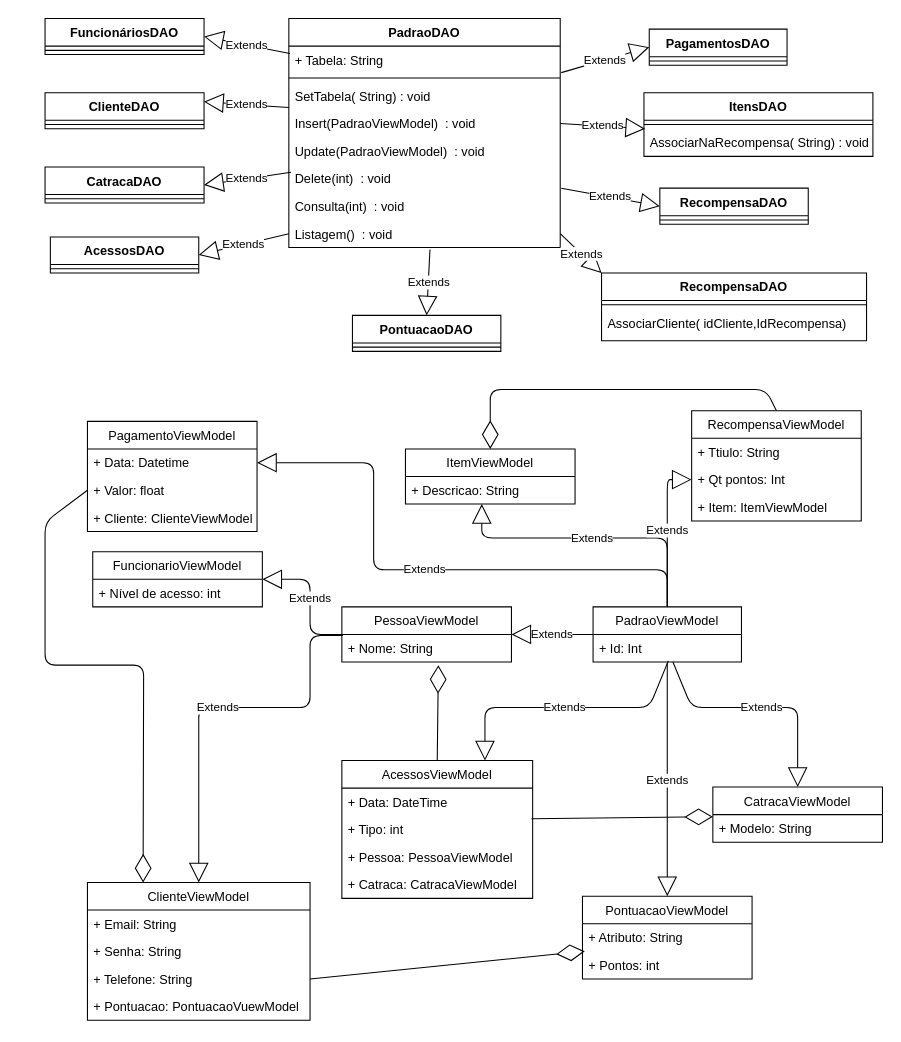
This is page "Page-1" (1 of 2) of uml/Diagrama_UML.drawio from Yago-Caetano/FitControl, a draw.io file, before an edit. Source tidied: cells renumbered, new cells numbered last; positions are measured from the earlier drawing's top-left corner, leaving out a move shared by most shapes. Both pictures are drawn from the tidied source at 106%, with x=0, y=0 at pixel (45, 18).
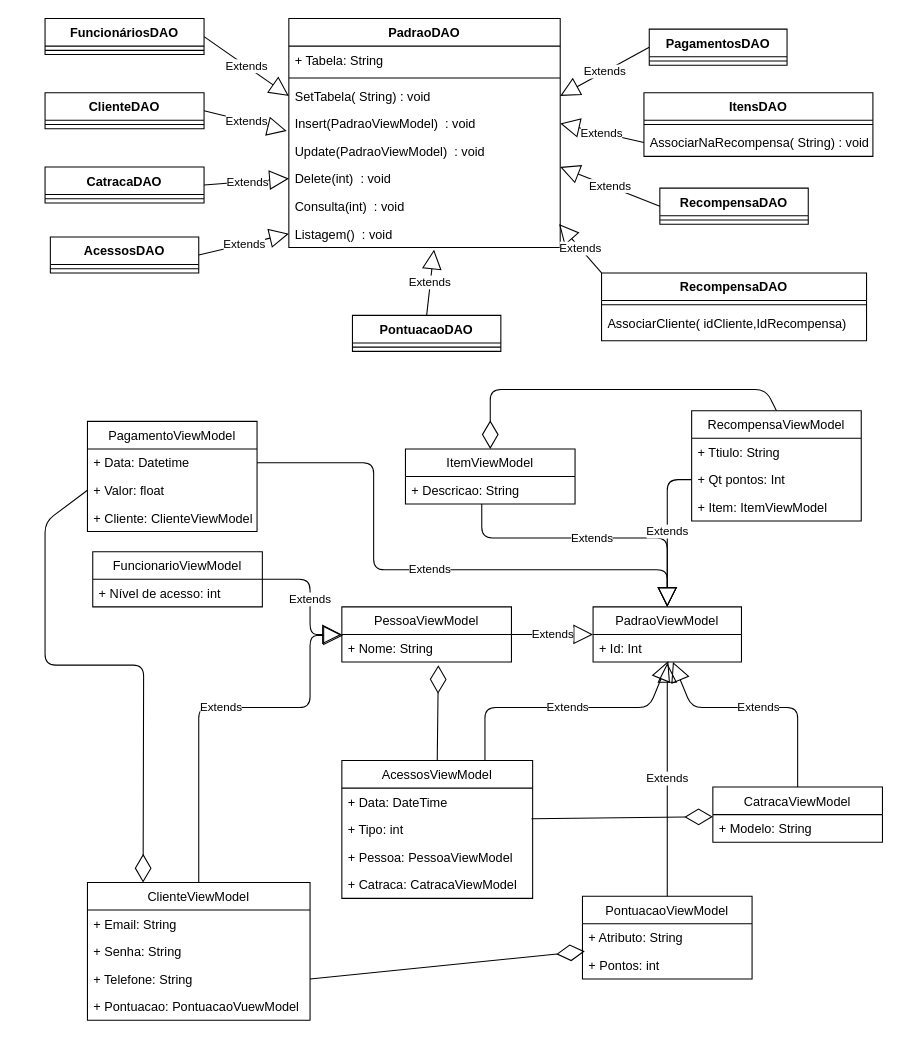
After the change.

The change refers to these unchanged cells:
```xml
<mxCell id="2" value="FuncionáriosDAO" style="swimlane;fontStyle=1;align=center;verticalAlign=top;horizontal=1;startSize=26;" parent="1" vertex="1">
<mxCell id="5" value="+ Tabela: String&#10;" style="text;strokeColor=none;fillColor=none;align=left;verticalAlign=top;spacingLeft=4;spacingRight=4;overflow=hidden;points=[[0,0.5],[1,0.5]];portConstraint=eastwest;" parent="4" vertex="1">
<mxCell id="7" value="SetTabela( String) : void &#10;" style="text;strokeColor=none;fillColor=none;align=left;verticalAlign=top;spacingLeft=4;spacingRight=4;overflow=hidden;points=[[0,0.5],[1,0.5]];portConstraint=eastwest;" parent="4" vertex="1">
<mxCell id="8" value="Insert(PadraoViewModel)  : void&#10;" style="text;strokeColor=none;fillColor=none;align=left;verticalAlign=top;spacingLeft=4;spacingRight=4;overflow=hidden;points=[[0,0.5],[1,0.5]];portConstraint=eastwest;" parent="4" vertex="1">
<mxCell id="10" value="Delete(int)  : void&#10;" style="text;strokeColor=none;fillColor=none;align=left;verticalAlign=top;spacingLeft=4;spacingRight=4;overflow=hidden;points=[[0,0.5],[1,0.5]];portConstraint=eastwest;" parent="4" vertex="1">
<mxCell id="12" value="Listagem()  : void&#10;" style="text;strokeColor=none;fillColor=none;align=left;verticalAlign=top;spacingLeft=4;spacingRight=4;overflow=hidden;points=[[0,0.5],[1,0.5]];portConstraint=eastwest;" parent="4" vertex="1">
<mxCell id="14" value="ClienteDAO" style="swimlane;fontStyle=1;align=center;verticalAlign=top;horizontal=1;startSize=26;" parent="1" vertex="1">
<mxCell id="16" value="CatracaDAO" style="swimlane;fontStyle=1;align=center;verticalAlign=top;horizontal=1;startSize=26;" parent="1" vertex="1">
<mxCell id="18" value="AcessosDAO" style="swimlane;fontStyle=1;align=center;verticalAlign=top;horizontal=1;startSize=26;" parent="1" vertex="1">
<mxCell id="20" value="PagamentosDAO" style="swimlane;fontStyle=1;align=center;verticalAlign=top;horizontal=1;startSize=26;" parent="1" vertex="1">
<mxCell id="22" value="RecompensaDAO" style="swimlane;fontStyle=1;align=center;verticalAlign=top;horizontal=1;startSize=26;" parent="1" vertex="1">
<mxCell id="29" value="PadraoViewModel" style="swimlane;fontStyle=0;horizontal=1;startSize=26;fillColor=none;" parent="1" vertex="1">
<mxCell id="30" value="+ Id: Int" style="text;strokeColor=none;fillColor=none;align=left;verticalAlign=top;spacingLeft=4;spacingRight=4;overflow=hidden;points=[[0,0.5],[1,0.5]];portConstraint=eastwest;" parent="29" vertex="1">
<mxCell id="31" value="FuncionarioViewModel" style="swimlane;fontStyle=0;horizontal=1;startSize=26;fillColor=none;" parent="1" vertex="1">
<mxCell id="33" value="ClienteViewModel" style="swimlane;fontStyle=0;horizontal=1;startSize=26;fillColor=none;" parent="1" vertex="1">
<mxCell id="38" value="CatracaViewModel" style="swimlane;fontStyle=0;horizontal=1;startSize=26;fillColor=none;" parent="1" vertex="1">
<mxCell id="40" value="AcessosViewModel" style="swimlane;fontStyle=0;horizontal=1;startSize=26;fillColor=none;" parent="1" vertex="1">
<mxCell id="45" value="PessoaViewModel" style="swimlane;fontStyle=0;horizontal=1;startSize=26;fillColor=none;" parent="1" vertex="1">
<mxCell id="46" value="+ Nome: String" style="text;strokeColor=none;fillColor=none;align=left;verticalAlign=top;spacingLeft=4;spacingRight=4;overflow=hidden;points=[[0,0.5],[1,0.5]];portConstraint=eastwest;" parent="45" vertex="1">
<mxCell id="47" value="PontuacaoDAO" style="swimlane;fontStyle=1;align=center;verticalAlign=top;horizontal=1;startSize=26;" parent="1" vertex="1">
<mxCell id="50" value="PontuacaoViewModel" style="swimlane;fontStyle=0;horizontal=1;startSize=26;fillColor=none;" parent="1" vertex="1">
<mxCell id="63" value="+ Data: Datetime" style="text;strokeColor=none;fillColor=none;align=left;verticalAlign=top;spacingLeft=4;spacingRight=4;overflow=hidden;points=[[0,0.5],[1,0.5]];portConstraint=eastwest;" parent="62" vertex="1">
<mxCell id="70" value="AssociarNaRecompensa( String) : void &#10;" style="text;strokeColor=none;fillColor=none;align=left;verticalAlign=top;spacingLeft=4;spacingRight=4;overflow=hidden;points=[[0,0.5],[1,0.5]];portConstraint=eastwest;" parent="68" vertex="1">
<mxCell id="72" value="RecompensaDAO" style="swimlane;fontStyle=1;align=center;verticalAlign=top;horizontal=1;startSize=26;" parent="1" vertex="1">
<mxCell id="76" value="ItemViewModel" style="swimlane;fontStyle=0;horizontal=1;startSize=26;fillColor=none;" parent="1" vertex="1">
<mxCell id="77" value="+ Descricao: String" style="text;strokeColor=none;fillColor=none;align=left;verticalAlign=top;spacingLeft=4;spacingRight=4;overflow=hidden;points=[[0,0.5],[1,0.5]];portConstraint=eastwest;" parent="76" vertex="1">
<mxCell id="79" value="RecompensaViewModel" style="swimlane;fontStyle=0;horizontal=1;startSize=26;fillColor=none;" parent="1" vertex="1">
<mxCell id="81" value="+ Qt pontos: Int" style="text;strokeColor=none;fillColor=none;align=left;verticalAlign=top;spacingLeft=4;spacingRight=4;overflow=hidden;points=[[0,0.5],[1,0.5]];portConstraint=eastwest;" parent="79" vertex="1">
```

The edit, as a diff of the source:
```diff
@@
-    <mxCell id="13" value="Extends" style="endArrow=block;endSize=16;endFill=0;html=1;entryX=1;entryY=0.5;entryDx=0;entryDy=0;exitX=0.004;exitY=0.269;exitDx=0;exitDy=0;exitPerimeter=0;" parent="1" edge="1" source="5" target="2">
+    <mxCell id="13" value="Extends" style="endArrow=block;endSize=16;endFill=0;html=1;entryX=0;entryY=0.5;entryDx=0;entryDy=0;exitX=1;exitY=0.5;exitDx=0;exitDy=0;" parent="1" edge="1" source="2" target="7">
       <mxGeometry x="0.01" relative="1" as="geometry" />
     </mxCell>
@@
-    <mxCell id="24" value="Extends" style="endArrow=block;endSize=16;endFill=0;html=1;entryX=1;entryY=0.25;entryDx=0;entryDy=0;exitX=0;exitY=0.923;exitDx=0;exitDy=0;exitPerimeter=0;" parent="1" edge="1" source="7" target="14">
+    <mxCell id="24" value="Extends" style="endArrow=block;endSize=16;endFill=0;html=1;entryX=-0.008;entryY=0.769;entryDx=0;entryDy=0;entryPerimeter=0;exitX=1;exitY=0.5;exitDx=0;exitDy=0;" parent="1" edge="1" source="14" target="8">
       <mxGeometry x="0.01" relative="1" as="geometry" />
     </mxCell>
-    <mxCell id="25" value="Extends" style="endArrow=block;endSize=16;endFill=0;html=1;entryX=1;entryY=0.5;entryDx=0;entryDy=0;exitX=0.008;exitY=0.269;exitDx=0;exitDy=0;exitPerimeter=0;" parent="1" edge="1" source="10" target="16">
+    <mxCell id="25" value="Extends" style="endArrow=block;endSize=16;endFill=0;html=1;exitX=1;exitY=0.5;exitDx=0;exitDy=0;entryX=0;entryY=0.5;entryDx=0;entryDy=0;" parent="1" edge="1" source="16" target="10">
       <mxGeometry x="0.01" relative="1" as="geometry" />
     </mxCell>
-    <mxCell id="26" value="Extends" style="endArrow=block;endSize=16;endFill=0;html=1;entryX=1;entryY=0.5;entryDx=0;entryDy=0;exitX=0;exitY=0.5;exitDx=0;exitDy=0;" parent="1" edge="1" source="12" target="18">
+    <mxCell id="26" value="Extends" style="endArrow=block;endSize=16;endFill=0;html=1;exitX=1;exitY=0.5;exitDx=0;exitDy=0;entryX=0;entryY=0.5;entryDx=0;entryDy=0;" parent="1" edge="1" source="18" target="12">
       <mxGeometry x="0.01" relative="1" as="geometry" />
     </mxCell>
-    <mxCell id="27" value="Extends" style="endArrow=block;endSize=16;endFill=0;html=1;exitX=1.004;exitY=0.962;exitDx=0;exitDy=0;exitPerimeter=0;entryX=0;entryY=0.5;entryDx=0;entryDy=0;" parent="1" edge="1" source="5" target="20">
+    <mxCell id="27" value="Extends" style="endArrow=block;endSize=16;endFill=0;html=1;entryX=1;entryY=0.5;entryDx=0;entryDy=0;exitX=0;exitY=0.5;exitDx=0;exitDy=0;" parent="1" edge="1" source="20" target="7">
       <mxGeometry relative="1" as="geometry" />
     </mxCell>
-    <mxCell id="28" value="Extends" style="endArrow=block;endSize=16;endFill=0;html=1;exitX=1.004;exitY=0.846;exitDx=0;exitDy=0;exitPerimeter=0;entryX=0;entryY=0.5;entryDx=0;entryDy=0;" parent="1" edge="1" source="10" target="22">
+    <mxCell id="28" value="Extends" style="endArrow=block;endSize=16;endFill=0;html=1;entryX=1;entryY=0.077;entryDx=0;entryDy=0;entryPerimeter=0;exitX=0;exitY=0.5;exitDx=0;exitDy=0;" parent="1" edge="1" source="22" target="10">
       <mxGeometry relative="1" as="geometry" />
     </mxCell>
@@
-    <mxCell id="49" value="Extends" style="endArrow=block;endSize=16;endFill=0;html=1;exitX=0.52;exitY=1.077;exitDx=0;exitDy=0;entryX=0.5;entryY=0;entryDx=0;entryDy=0;exitPerimeter=0;" parent="1" edge="1" source="12" target="47">
+    <mxCell id="49" value="Extends" style="endArrow=block;endSize=16;endFill=0;html=1;exitX=0.5;exitY=0;exitDx=0;exitDy=0;entryX=0.535;entryY=1.077;entryDx=0;entryDy=0;entryPerimeter=0;" parent="1" edge="1" source="47" target="12">
       <mxGeometry relative="1" as="geometry" />
     </mxCell>
@@
-    <mxCell id="53" value="Extends" style="endArrow=block;endSize=16;endFill=0;html=1;entryX=1;entryY=0.5;entryDx=0;entryDy=0;" parent="1" edge="1" target="45">
+    <mxCell id="53" value="Extends" style="endArrow=block;endSize=16;endFill=0;html=1;entryX=1;entryY=0.5;entryDx=0;entryDy=0;exitX=1;exitY=0.5;exitDx=0;exitDy=0;" parent="1" edge="1" source="45">
       <mxGeometry x="0.01" relative="1" as="geometry">
-        <mxPoint x="517" y="581" as="sourcePoint" />
+        <mxPoint x="517" y="581" as="targetPoint" />
       </mxGeometry>
     </mxCell>
-    <mxCell id="54" value="Extends" style="endArrow=block;endSize=16;endFill=0;html=1;entryX=1;entryY=0.5;entryDx=0;entryDy=0;" parent="1" edge="1" target="31">
+    <mxCell id="54" value="Extends" style="endArrow=block;endSize=16;endFill=0;html=1;entryX=1;entryY=0.5;entryDx=0;entryDy=0;exitX=1;exitY=0.5;exitDx=0;exitDy=0;" parent="1" edge="1" source="31">
       <mxGeometry x="0.01" relative="1" as="geometry">
-        <mxPoint x="280" y="581" as="sourcePoint" />
+        <mxPoint x="280" y="581" as="targetPoint" />
         <Array as="points">
+          <mxPoint x="250" y="529" />
           <mxPoint x="250" y="581" />
-          <mxPoint x="250" y="529" />
         </Array>
       </mxGeometry>
     </mxCell>
-    <mxCell id="55" value="Extends" style="endArrow=block;endSize=16;endFill=0;html=1;entryX=0.5;entryY=0;entryDx=0;entryDy=0;exitX=0.006;exitY=0.038;exitDx=0;exitDy=0;exitPerimeter=0;" parent="1" edge="1" source="46" target="33">
+    <mxCell id="55" value="Extends" style="endArrow=block;endSize=16;endFill=0;html=1;entryX=0.006;entryY=0.038;entryDx=0;entryDy=0;exitX=0.5;exitY=0;exitDx=0;exitDy=0;entryPerimeter=0;" parent="1" edge="1" source="33" target="46">
       <mxGeometry x="0.01" relative="1" as="geometry">
         <Array as="points">
+          <mxPoint x="145" y="650" />
+          <mxPoint x="250" y="650" />
           <mxPoint x="250" y="582" />
-          <mxPoint x="250" y="650" />
-          <mxPoint x="145" y="650" />
         </Array>
       </mxGeometry>
     </mxCell>
-    <mxCell id="56" value="Extends" style="endArrow=block;endSize=16;endFill=0;html=1;entryX=0.5;entryY=0;entryDx=0;entryDy=0;exitX=0.5;exitY=1.038;exitDx=0;exitDy=0;exitPerimeter=0;" parent="1" edge="1" source="30" target="50">
+    <mxCell id="56" value="Extends" style="endArrow=block;endSize=16;endFill=0;html=1;entryX=0.5;entryY=1.038;entryDx=0;entryDy=0;exitX=0.5;exitY=0;exitDx=0;exitDy=0;entryPerimeter=0;" parent="1" edge="1" source="50" target="30">
       <mxGeometry x="0.01" relative="1" as="geometry">
         <Array as="points">
           <mxPoint x="587" y="725" />
         </Array>
       </mxGeometry>
     </mxCell>
-    <mxCell id="57" value="Extends" style="endArrow=block;endSize=16;endFill=0;html=1;entryX=0.75;entryY=0;entryDx=0;entryDy=0;exitX=0.507;exitY=0.962;exitDx=0;exitDy=0;exitPerimeter=0;" parent="1" edge="1" source="30" target="40">
+    <mxCell id="57" value="Extends" style="endArrow=block;endSize=16;endFill=0;html=1;entryX=0.507;entryY=0.962;entryDx=0;entryDy=0;exitX=0.75;exitY=0;exitDx=0;exitDy=0;entryPerimeter=0;" parent="1" edge="1" source="40" target="30">
       <mxGeometry x="0.01" relative="1" as="geometry">
         <Array as="points">
+          <mxPoint x="415" y="650" />
           <mxPoint x="570" y="650" />
-          <mxPoint x="415" y="650" />
         </Array>
       </mxGeometry>
     </mxCell>
-    <mxCell id="58" value="Extends" style="endArrow=block;endSize=16;endFill=0;html=1;entryX=0.5;entryY=0;entryDx=0;entryDy=0;" parent="1" edge="1" source="30" target="38">
+    <mxCell id="58" value="Extends" style="endArrow=block;endSize=16;endFill=0;html=1;exitX=0.5;exitY=0;exitDx=0;exitDy=0;" parent="1" edge="1" source="38" target="30">
       <mxGeometry x="0.01" relative="1" as="geometry">
         <Array as="points">
+          <mxPoint x="710" y="650" />
           <mxPoint x="610" y="650" />
-          <mxPoint x="710" y="650" />
         </Array>
       </mxGeometry>
     </mxCell>
@@
-    <mxCell id="66" value="Extends" style="endArrow=block;endSize=16;endFill=0;html=1;entryX=1;entryY=0.5;entryDx=0;entryDy=0;exitX=0.5;exitY=0;exitDx=0;exitDy=0;" parent="1" edge="1" source="29" target="63">
-      <mxGeometry x="0.01" relative="1" as="geometry">
-        <Array as="points">
-          <mxPoint x="587" y="520" />
-          <mxPoint x="310" y="520" />
-          <mxPoint x="310" y="419" />
-        </Array>
-      </mxGeometry>
-    </mxCell>
@@
-    <mxCell id="71" value="Extends" style="endArrow=block;endSize=16;endFill=0;html=1;exitX=1;exitY=0.5;exitDx=0;exitDy=0;entryX=0.005;entryY=0;entryDx=0;entryDy=0;entryPerimeter=0;" parent="1" edge="1" source="8" target="70">
+    <mxCell id="71" value="Extends" style="endArrow=block;endSize=16;endFill=0;html=1;exitX=0;exitY=0.5;exitDx=0;exitDy=0;entryX=1;entryY=0.5;entryDx=0;entryDy=0;" parent="1" edge="1" source="70" target="8">
       <mxGeometry relative="1" as="geometry" />
     </mxCell>
@@
-    <mxCell id="75" value="Extends" style="endArrow=block;endSize=16;endFill=0;html=1;exitX=1;exitY=0.5;exitDx=0;exitDy=0;entryX=0;entryY=0;entryDx=0;entryDy=0;" parent="1" edge="1" source="12" target="72">
+    <mxCell id="75" value="Extends" style="endArrow=block;endSize=16;endFill=0;html=1;entryX=0.996;entryY=0.154;entryDx=0;entryDy=0;entryPerimeter=0;exitX=0;exitY=0;exitDx=0;exitDy=0;" parent="1" edge="1" source="72" target="12">
       <mxGeometry relative="1" as="geometry" />
     </mxCell>
@@
-    <mxCell id="78" value="Extends" style="endArrow=block;endSize=16;endFill=0;html=1;exitX=0.5;exitY=0;exitDx=0;exitDy=0;entryX=0.45;entryY=1;entryDx=0;entryDy=0;entryPerimeter=0;" parent="1" edge="1" source="29" target="77">
-      <mxGeometry relative="1" as="geometry">
-        <Array as="points">
-          <mxPoint x="587" y="490" />
-          <mxPoint x="412" y="490" />
-        </Array>
-      </mxGeometry>
-    </mxCell>
@@
+    <mxCell id="84" style="endArrow=diamondThin;endFill=0;endSize=24;html=1;entryX=0.5;entryY=0;entryDx=0;entryDy=0;exitX=0.5;exitY=0;exitDx=0;exitDy=0;" parent="1" edge="1" source="79" target="76">
+      <mxGeometry relative="1" as="geometry">
+        <Array as="points">
+          <mxPoint x="680" y="350" />
+          <mxPoint x="420" y="350" />
+        </Array>
+      </mxGeometry>
+    </mxCell>
+    <mxCell id="66" value="Extends" style="endArrow=block;endSize=16;endFill=0;html=1;entryX=0.5;entryY=0;entryDx=0;entryDy=0;exitX=1;exitY=0.5;exitDx=0;exitDy=0;" parent="1" edge="1" source="63" target="29">
+      <mxGeometry x="0.01" relative="1" as="geometry">
+        <Array as="points">
+          <mxPoint x="310" y="419" />
+          <mxPoint x="310" y="520" />
+          <mxPoint x="587" y="520" />
+        </Array>
+      </mxGeometry>
+    </mxCell>
+    <mxCell id="78" value="Extends" style="endArrow=block;endSize=16;endFill=0;html=1;exitX=0.45;exitY=1;exitDx=0;exitDy=0;entryX=0.5;entryY=0;entryDx=0;entryDy=0;exitPerimeter=0;" parent="1" edge="1" source="77" target="29">
+      <mxGeometry relative="1" as="geometry">
+        <Array as="points">
+          <mxPoint x="412" y="490" />
+          <mxPoint x="587" y="490" />
+        </Array>
+      </mxGeometry>
+    </mxCell>
-    <mxCell id="83" value="Extends" style="endArrow=block;endSize=16;endFill=0;html=1;exitX=0.5;exitY=0;exitDx=0;exitDy=0;entryX=0;entryY=0.5;entryDx=0;entryDy=0;" parent="1" edge="1" source="29" target="81">
+    <mxCell id="83" value="Extends" style="endArrow=block;endSize=16;endFill=0;html=1;exitX=0;exitY=0.5;exitDx=0;exitDy=0;entryX=0.5;entryY=0;entryDx=0;entryDy=0;" parent="1" edge="1" source="81" target="29">
       <mxGeometry relative="1" as="geometry">
         <Array as="points">
           <mxPoint x="587" y="435" />
         </Array>
       </mxGeometry>
     </mxCell>
-    <mxCell id="84" style="endArrow=diamondThin;endFill=0;endSize=24;html=1;entryX=0.5;entryY=0;entryDx=0;entryDy=0;exitX=0.5;exitY=0;exitDx=0;exitDy=0;" parent="1" edge="1" source="79" target="76">
-      <mxGeometry relative="1" as="geometry">
-        <Array as="points">
-          <mxPoint x="680" y="350" />
-          <mxPoint x="420" y="350" />
-        </Array>
-      </mxGeometry>
-    </mxCell>
```
